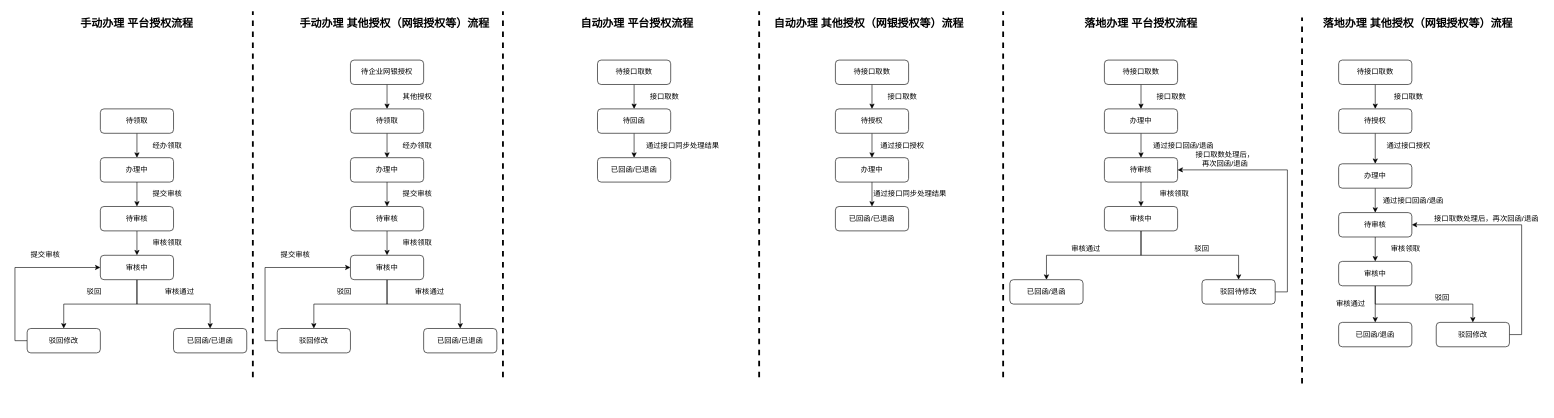
This is 未命名绘图.drawio from pingguo002/iconomi, a draw.io file, before an edit. Source tidied: cells renumbered, new cells numbered last; positions are measured from the earlier drawing's top-left corner, leaving out a move shared by most shapes. Both pictures are drawn from the tidied source at 61%, with x=0, y=0 at pixel (15, 11).
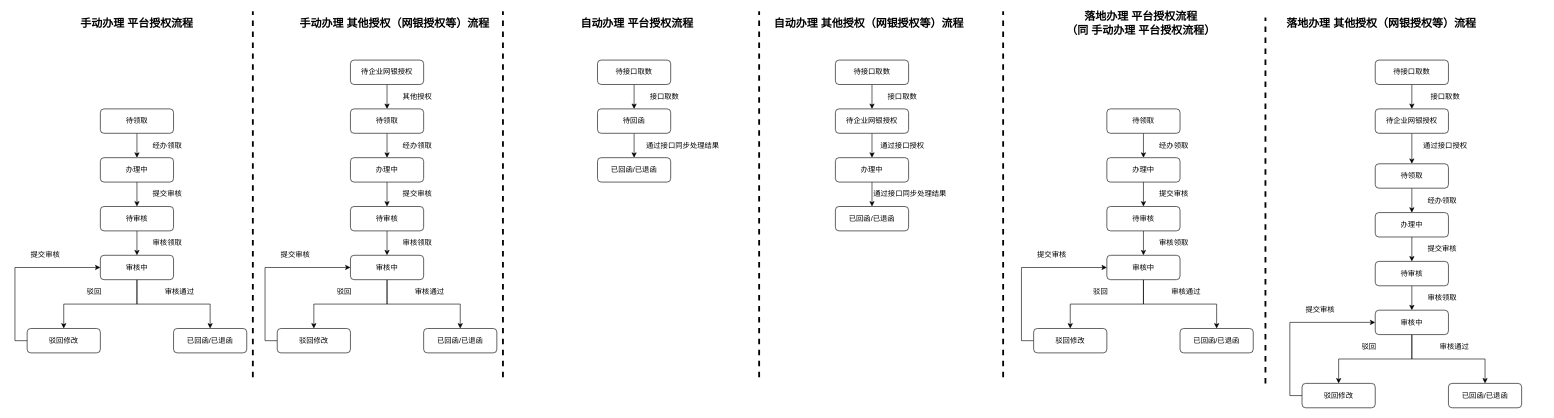
The same diagram, later.

Commit message (it also covers changes not shown here):
更新未命名绘图.drawio

The edit, as a diff of the source:
```diff
@@
-    <mxCell id="46" value="待授权" style="rounded=1;whiteSpace=wrap;html=1;" parent="1" vertex="1">
+    <mxCell id="46" value="待企业网银授权" style="rounded=1;whiteSpace=wrap;html=1;" parent="1" vertex="1">
       <mxGeometry x="1345" y="160" width="120" height="40" as="geometry" />
     </mxCell>
@@
     <mxCell id="54" value="落地办理 其他授权（网银授权等）流程" style="text;html=1;strokeColor=none;fillColor=none;align=center;verticalAlign=middle;whiteSpace=wrap;rounded=0;fontSize=18;fontStyle=1;" parent="1" vertex="1">
-      <mxGeometry x="2140" y="10" width="320" height="20" as="geometry" />
+      <mxGeometry x="2080" y="10" width="320" height="20" as="geometry" />
     </mxCell>
@@
     <mxCell id="56" value="待接口取数" style="rounded=1;whiteSpace=wrap;html=1;" parent="1" vertex="1">
-      <mxGeometry x="2170" y="80" width="120" height="40" as="geometry" />
+      <mxGeometry x="2230" y="80" width="120" height="40" as="geometry" />
     </mxCell>
@@
-    <mxCell id="60" style="edgeStyle=orthogonalEdgeStyle;rounded=0;jettySize=auto;html=1;exitX=0.5;exitY=1;exitDx=0;exitDy=0;entryX=0.5;entryY=0;entryDx=0;entryDy=0;strokeWidth=1;fontSize=12;" parent="1" edge="1" source="61" target="66">
+    <mxCell id="60" style="edgeStyle=orthogonalEdgeStyle;rounded=0;jettySize=auto;html=1;exitX=0.5;exitY=1;exitDx=0;exitDy=0;entryX=0.5;entryY=0;entryDx=0;entryDy=0;strokeWidth=1;fontSize=12;" parent="1" edge="1" source="61" target="127">
       <mxGeometry relative="1" as="geometry" />
     </mxCell>
-    <mxCell id="61" value="待授权" style="rounded=1;whiteSpace=wrap;html=1;fontSize=12;" parent="1" vertex="1">
-      <mxGeometry x="2170" y="160" width="120" height="40" as="geometry" />
+    <mxCell id="61" value="待企业网银授权" style="rounded=1;whiteSpace=wrap;html=1;fontSize=12;" parent="1" vertex="1">
+      <mxGeometry x="2230" y="160" width="120" height="40" as="geometry" />
     </mxCell>
     <mxCell id="62" value="接口取数" style="text;html=1;strokeColor=none;fillColor=none;align=center;verticalAlign=middle;whiteSpace=wrap;rounded=0;" parent="1" vertex="1">
-      <mxGeometry x="2235" y="130" width="100" height="20" as="geometry" />
+      <mxGeometry x="2295" y="130" width="100" height="20" as="geometry" />
     </mxCell>
-    <mxCell id="63" style="edgeStyle=orthogonalEdgeStyle;rounded=0;jettySize=auto;html=1;exitX=0.5;exitY=1;exitDx=0;exitDy=0;strokeWidth=1;fontSize=12;" parent="1" edge="1" source="64" target="71">
-      <mxGeometry relative="1" as="geometry" />
-    </mxCell>
-    <mxCell id="64" value="待审核" style="rounded=1;whiteSpace=wrap;html=1;fontSize=12;" parent="1" vertex="1">
-      <mxGeometry x="2170" y="330" width="120" height="40" as="geometry" />
-    </mxCell>
-    <mxCell id="65" style="edgeStyle=orthogonalEdgeStyle;rounded=0;jettySize=auto;html=1;exitX=0.5;exitY=1;exitDx=0;exitDy=0;strokeWidth=1;fontSize=12;" parent="1" edge="1" source="66" target="64">
-      <mxGeometry relative="1" as="geometry" />
-    </mxCell>
-    <mxCell id="66" value="办理中" style="rounded=1;whiteSpace=wrap;html=1;fontSize=12;" parent="1" vertex="1">
-      <mxGeometry x="2170" y="250" width="120" height="40" as="geometry" />
-    </mxCell>
     <mxCell id="67" value="通过接口授权" style="text;html=1;strokeColor=none;fillColor=none;align=center;verticalAlign=middle;whiteSpace=wrap;rounded=0;" parent="1" vertex="1">
-      <mxGeometry x="2235" y="210" width="100" height="20" as="geometry" />
+      <mxGeometry x="2295" y="210" width="100" height="20" as="geometry" />
     </mxCell>
-    <mxCell id="68" value="通过接口回函/退函" style="text;html=1;strokeColor=none;fillColor=none;align=center;verticalAlign=middle;whiteSpace=wrap;rounded=0;" parent="1" vertex="1">
-      <mxGeometry x="2230" y="300" width="125" height="20" as="geometry" />
-    </mxCell>
-    <mxCell id="69" style="edgeStyle=orthogonalEdgeStyle;rounded=0;jettySize=auto;html=1;exitX=0.5;exitY=1;exitDx=0;exitDy=0;strokeWidth=1;fontSize=12;" parent="1" edge="1" source="71" target="73">
-      <mxGeometry relative="1" as="geometry" />
-    </mxCell>
-    <mxCell id="70" style="edgeStyle=orthogonalEdgeStyle;rounded=0;jettySize=auto;html=1;exitX=0.5;exitY=1;exitDx=0;exitDy=0;strokeWidth=1;fontSize=12;" parent="1" edge="1" source="71" target="77">
-      <mxGeometry relative="1" as="geometry" />
-    </mxCell>
-    <mxCell id="71" value="审核中" style="rounded=1;whiteSpace=wrap;html=1;fontSize=12;" parent="1" vertex="1">
-      <mxGeometry x="2170" y="410" width="120" height="40" as="geometry" />
-    </mxCell>
-    <mxCell id="72" value="审核领取" style="text;html=1;strokeColor=none;fillColor=none;align=center;verticalAlign=middle;whiteSpace=wrap;rounded=0;" parent="1" vertex="1">
-      <mxGeometry x="2230" y="380" width="100" height="20" as="geometry" />
-    </mxCell>
-    <mxCell id="73" value="已回函/退函" style="rounded=1;whiteSpace=wrap;html=1;fontSize=12;" parent="1" vertex="1">
-      <mxGeometry x="2170" y="510" width="120" height="40" as="geometry" />
-    </mxCell>
-    <mxCell id="74" value="审核通过" style="text;html=1;strokeColor=none;fillColor=none;align=center;verticalAlign=middle;whiteSpace=wrap;rounded=0;" parent="1" vertex="1">
-      <mxGeometry x="2140" y="470" width="100" height="20" as="geometry" />
-    </mxCell>
-    <mxCell id="75" value="驳回" style="text;html=1;strokeColor=none;fillColor=none;align=center;verticalAlign=middle;whiteSpace=wrap;rounded=0;" parent="1" vertex="1">
-      <mxGeometry x="2290" y="460" width="100" height="20" as="geometry" />
-    </mxCell>
-    <mxCell id="76" style="edgeStyle=orthogonalEdgeStyle;rounded=0;jettySize=auto;html=1;exitX=1;exitY=0.5;exitDx=0;exitDy=0;entryX=1;entryY=0.5;entryDx=0;entryDy=0;strokeWidth=1;fontSize=12;" parent="1" edge="1" source="77" target="64">
-      <mxGeometry relative="1" as="geometry">
-        <Array as="points">
-          <mxPoint x="2470" y="530" />
-          <mxPoint x="2470" y="350" />
-        </Array>
-      </mxGeometry>
-    </mxCell>
-    <mxCell id="77" value="驳回修改" style="rounded=1;whiteSpace=wrap;html=1;fontSize=12;" parent="1" vertex="1">
-      <mxGeometry x="2330" y="510" width="120" height="40" as="geometry" />
-    </mxCell>
-    <mxCell id="78" value="接口取数处理后，再次回函/退函" style="text;html=1;strokeColor=none;fillColor=none;align=center;verticalAlign=middle;whiteSpace=wrap;rounded=0;" parent="1" vertex="1">
-      <mxGeometry x="2320" y="330" width="185" height="20" as="geometry" />
-    </mxCell>
@@
-    <mxCell id="86" value="落地办理 平台授权流程" style="text;html=1;strokeColor=none;fillColor=none;align=center;verticalAlign=middle;whiteSpace=wrap;rounded=0;fontSize=18;fontStyle=1;" parent="1" vertex="1">
+    <mxCell id="86" value="落地办理 平台授权流程&lt;br&gt;（同 手动办理 平台授权流程）" style="text;html=1;strokeColor=none;fillColor=none;align=center;verticalAlign=middle;whiteSpace=wrap;rounded=0;fontSize=18;fontStyle=1;" parent="1" vertex="1">
       <mxGeometry x="1701" y="10" width="290" height="20" as="geometry" />
     </mxCell>
-    <mxCell id="87" style="edgeStyle=orthogonalEdgeStyle;rounded=0;jettySize=auto;html=1;exitX=0.5;exitY=1;exitDx=0;exitDy=0;strokeWidth=1;fontSize=12;" parent="1" edge="1" source="88" target="94">
-      <mxGeometry relative="1" as="geometry" />
-    </mxCell>
-    <mxCell id="88" value="办理中" style="rounded=1;whiteSpace=wrap;html=1;" parent="1" vertex="1">
-      <mxGeometry x="1786" y="160" width="120" height="40" as="geometry" />
-    </mxCell>
-    <mxCell id="89" value="通过接口回函/退函" style="text;html=1;strokeColor=none;fillColor=none;align=center;verticalAlign=middle;whiteSpace=wrap;rounded=0;" parent="1" vertex="1">
-      <mxGeometry x="1861" y="210" width="110" height="20" as="geometry" />
-    </mxCell>
-    <mxCell id="90" style="edgeStyle=orthogonalEdgeStyle;rounded=0;jettySize=auto;html=1;exitX=0.5;exitY=1;exitDx=0;exitDy=0;entryX=0.5;entryY=0;entryDx=0;entryDy=0;strokeWidth=1;fontSize=12;" parent="1" edge="1" source="91" target="88">
-      <mxGeometry relative="1" as="geometry" />
-    </mxCell>
-    <mxCell id="91" value="待接口取数" style="rounded=1;whiteSpace=wrap;html=1;" parent="1" vertex="1">
-      <mxGeometry x="1786" y="80" width="120" height="40" as="geometry" />
-    </mxCell>
-    <mxCell id="92" value="接口取数" style="text;html=1;strokeColor=none;fillColor=none;align=center;verticalAlign=middle;whiteSpace=wrap;rounded=0;" parent="1" vertex="1">
-      <mxGeometry x="1846" y="130" width="100" height="20" as="geometry" />
-    </mxCell>
-    <mxCell id="93" style="edgeStyle=orthogonalEdgeStyle;rounded=0;jettySize=auto;html=1;exitX=0.5;exitY=1;exitDx=0;exitDy=0;strokeWidth=1;fontSize=12;" parent="1" edge="1" source="94" target="97">
-      <mxGeometry relative="1" as="geometry" />
-    </mxCell>
-    <mxCell id="94" value="待审核" style="rounded=1;whiteSpace=wrap;html=1;fontSize=12;" parent="1" vertex="1">
-      <mxGeometry x="1786" y="240" width="120" height="40" as="geometry" />
-    </mxCell>
-    <mxCell id="95" style="edgeStyle=orthogonalEdgeStyle;rounded=0;jettySize=auto;html=1;exitX=0.5;exitY=1;exitDx=0;exitDy=0;strokeWidth=1;fontSize=12;" parent="1" edge="1" source="97" target="99">
-      <mxGeometry relative="1" as="geometry" />
-    </mxCell>
-    <mxCell id="96" style="edgeStyle=orthogonalEdgeStyle;rounded=0;jettySize=auto;html=1;exitX=0.5;exitY=1;exitDx=0;exitDy=0;strokeWidth=1;fontSize=12;" parent="1" edge="1" source="97" target="102">
-      <mxGeometry relative="1" as="geometry" />
-    </mxCell>
-    <mxCell id="97" value="审核中" style="rounded=1;whiteSpace=wrap;html=1;fontSize=12;" parent="1" vertex="1">
-      <mxGeometry x="1786" y="320" width="120" height="40" as="geometry" />
-    </mxCell>
-    <mxCell id="98" style="edgeStyle=orthogonalEdgeStyle;rounded=0;jettySize=auto;html=1;exitX=1;exitY=0.5;exitDx=0;exitDy=0;entryX=1;entryY=0.5;entryDx=0;entryDy=0;strokeWidth=1;fontSize=12;" parent="1" edge="1" source="99" target="94">
-      <mxGeometry relative="1" as="geometry" />
-    </mxCell>
-    <mxCell id="99" value="驳回待修改" style="rounded=1;whiteSpace=wrap;html=1;fontSize=12;" parent="1" vertex="1">
-      <mxGeometry x="1946" y="440" width="120" height="40" as="geometry" />
-    </mxCell>
-    <mxCell id="100" value="审核领取" style="text;html=1;strokeColor=none;fillColor=none;align=center;verticalAlign=middle;whiteSpace=wrap;rounded=0;" parent="1" vertex="1">
-      <mxGeometry x="1851" y="290" width="100" height="20" as="geometry" />
-    </mxCell>
-    <mxCell id="101" value="驳回" style="text;html=1;strokeColor=none;fillColor=none;align=center;verticalAlign=middle;whiteSpace=wrap;rounded=0;" parent="1" vertex="1">
-      <mxGeometry x="1896" y="380" width="100" height="20" as="geometry" />
-    </mxCell>
-    <mxCell id="102" value="已回函/退函" style="rounded=1;whiteSpace=wrap;html=1;fontSize=12;" parent="1" vertex="1">
-      <mxGeometry x="1631" y="440" width="120" height="40" as="geometry" />
-    </mxCell>
-    <mxCell id="103" value="审核通过" style="text;html=1;strokeColor=none;fillColor=none;align=center;verticalAlign=middle;whiteSpace=wrap;rounded=0;" parent="1" vertex="1">
-      <mxGeometry x="1706" y="380" width="100" height="20" as="geometry" />
-    </mxCell>
-    <mxCell id="104" value="接口取数处理后，&lt;br&gt;再次回函/退函" style="text;html=1;strokeColor=none;fillColor=none;align=center;verticalAlign=middle;whiteSpace=wrap;rounded=0;" parent="1" vertex="1">
-      <mxGeometry x="1934" y="232" width="100" height="20" as="geometry" />
-    </mxCell>
@@
     <mxCell id="106" style="endArrow=none;dashed=1;html=1;fontSize=18;fontStyle=1;strokeWidth=3;" parent="1" edge="1">
       <mxGeometry relative="1" as="geometry">
-        <mxPoint x="2110" y="610" as="sourcePoint" />
-        <mxPoint x="2110" y="10" as="targetPoint" />
+        <mxPoint x="2050" y="610" as="sourcePoint" />
+        <mxPoint x="2050" y="10" as="targetPoint" />
       </mxGeometry>
     </mxCell>
@@
+    <mxCell id="108" style="edgeStyle=orthogonalEdgeStyle;rounded=0;jettySize=auto;html=1;exitX=0.5;exitY=1;exitDx=0;exitDy=0;" parent="1" edge="1" source="109" target="111">
+      <mxGeometry relative="1" as="geometry" />
+    </mxCell>
+    <mxCell id="109" value="待领取" style="rounded=1;whiteSpace=wrap;html=1;" parent="1" vertex="1">
+      <mxGeometry x="1790" y="160" width="120" height="40" as="geometry" />
+    </mxCell>
+    <mxCell id="110" style="edgeStyle=orthogonalEdgeStyle;rounded=0;jettySize=auto;html=1;exitX=0.5;exitY=1;exitDx=0;exitDy=0;" parent="1" edge="1" source="111" target="114">
+      <mxGeometry relative="1" as="geometry" />
+    </mxCell>
+    <mxCell id="111" value="办理中" style="rounded=1;whiteSpace=wrap;html=1;" parent="1" vertex="1">
+      <mxGeometry x="1790" y="240" width="120" height="40" as="geometry" />
+    </mxCell>
+    <mxCell id="112" value="经办领取" style="text;html=1;strokeColor=none;fillColor=none;align=center;verticalAlign=middle;whiteSpace=wrap;rounded=0;" parent="1" vertex="1">
+      <mxGeometry x="1850" y="210" width="100" height="20" as="geometry" />
+    </mxCell>
+    <mxCell id="113" style="edgeStyle=orthogonalEdgeStyle;rounded=0;jettySize=auto;html=1;exitX=0.5;exitY=1;exitDx=0;exitDy=0;" parent="1" edge="1" source="114" target="118">
+      <mxGeometry relative="1" as="geometry" />
+    </mxCell>
+    <mxCell id="114" value="待审核" style="rounded=1;whiteSpace=wrap;html=1;" parent="1" vertex="1">
+      <mxGeometry x="1790" y="320" width="120" height="40" as="geometry" />
+    </mxCell>
+    <mxCell id="115" value="提交审核" style="text;html=1;strokeColor=none;fillColor=none;align=center;verticalAlign=middle;whiteSpace=wrap;rounded=0;" parent="1" vertex="1">
+      <mxGeometry x="1850" y="290" width="100" height="20" as="geometry" />
+    </mxCell>
+    <mxCell id="116" style="edgeStyle=orthogonalEdgeStyle;rounded=0;jettySize=auto;html=1;exitX=0.5;exitY=1;exitDx=0;exitDy=0;" parent="1" edge="1" source="118" target="120">
+      <mxGeometry relative="1" as="geometry" />
+    </mxCell>
+    <mxCell id="117" style="edgeStyle=orthogonalEdgeStyle;rounded=0;jettySize=auto;html=1;exitX=0.5;exitY=1;exitDx=0;exitDy=0;entryX=0.5;entryY=0;entryDx=0;entryDy=0;" parent="1" edge="1" source="118" target="124">
+      <mxGeometry relative="1" as="geometry" />
+    </mxCell>
+    <mxCell id="118" value="审核中" style="rounded=1;whiteSpace=wrap;html=1;" parent="1" vertex="1">
+      <mxGeometry x="1790" y="400" width="120" height="40" as="geometry" />
+    </mxCell>
+    <mxCell id="119" value="审核领取" style="text;html=1;strokeColor=none;fillColor=none;align=center;verticalAlign=middle;whiteSpace=wrap;rounded=0;" parent="1" vertex="1">
+      <mxGeometry x="1850" y="370" width="100" height="20" as="geometry" />
+    </mxCell>
+    <mxCell id="120" value="已回函/已退函" style="rounded=1;whiteSpace=wrap;html=1;" parent="1" vertex="1">
+      <mxGeometry x="1910" y="520" width="120" height="40" as="geometry" />
+    </mxCell>
+    <mxCell id="121" value="审核通过" style="text;html=1;strokeColor=none;fillColor=none;align=center;verticalAlign=middle;whiteSpace=wrap;rounded=0;" parent="1" vertex="1">
+      <mxGeometry x="1870" y="450" width="100" height="20" as="geometry" />
+    </mxCell>
+    <mxCell id="122" value="驳回" style="text;html=1;strokeColor=none;fillColor=none;align=center;verticalAlign=middle;whiteSpace=wrap;rounded=0;" parent="1" vertex="1">
+      <mxGeometry x="1750" y="450" width="60" height="20" as="geometry" />
+    </mxCell>
+    <mxCell id="123" style="edgeStyle=orthogonalEdgeStyle;rounded=0;jettySize=auto;html=1;exitX=0;exitY=0.5;exitDx=0;exitDy=0;entryX=0;entryY=0.5;entryDx=0;entryDy=0;" parent="1" edge="1" source="124" target="118">
+      <mxGeometry relative="1" as="geometry">
+        <Array as="points">
+          <mxPoint x="1650" y="540" />
+          <mxPoint x="1650" y="420" />
+        </Array>
+      </mxGeometry>
+    </mxCell>
+    <mxCell id="124" value="驳回修改" style="rounded=1;whiteSpace=wrap;html=1;" parent="1" vertex="1">
+      <mxGeometry x="1670" y="520" width="120" height="40" as="geometry" />
+    </mxCell>
+    <mxCell id="125" value="提交审核" style="text;html=1;strokeColor=none;fillColor=none;align=center;verticalAlign=middle;whiteSpace=wrap;rounded=0;" parent="1" vertex="1">
+      <mxGeometry x="1670" y="390" width="60" height="20" as="geometry" />
+    </mxCell>
+    <mxCell id="126" style="edgeStyle=orthogonalEdgeStyle;rounded=0;jettySize=auto;html=1;exitX=0.5;exitY=1;exitDx=0;exitDy=0;" parent="1" edge="1" source="127" target="129">
+      <mxGeometry relative="1" as="geometry" />
+    </mxCell>
+    <mxCell id="127" value="待领取" style="rounded=1;whiteSpace=wrap;html=1;" parent="1" vertex="1">
+      <mxGeometry x="2230" y="250" width="120" height="40" as="geometry" />
+    </mxCell>
+    <mxCell id="128" style="edgeStyle=orthogonalEdgeStyle;rounded=0;jettySize=auto;html=1;exitX=0.5;exitY=1;exitDx=0;exitDy=0;" parent="1" edge="1" source="129" target="132">
+      <mxGeometry relative="1" as="geometry" />
+    </mxCell>
+    <mxCell id="129" value="办理中" style="rounded=1;whiteSpace=wrap;html=1;" parent="1" vertex="1">
+      <mxGeometry x="2230" y="330" width="120" height="40" as="geometry" />
+    </mxCell>
+    <mxCell id="130" value="经办领取" style="text;html=1;strokeColor=none;fillColor=none;align=center;verticalAlign=middle;whiteSpace=wrap;rounded=0;" parent="1" vertex="1">
+      <mxGeometry x="2290" y="300" width="100" height="20" as="geometry" />
+    </mxCell>
+    <mxCell id="131" style="edgeStyle=orthogonalEdgeStyle;rounded=0;jettySize=auto;html=1;exitX=0.5;exitY=1;exitDx=0;exitDy=0;" parent="1" edge="1" source="132" target="136">
+      <mxGeometry relative="1" as="geometry" />
+    </mxCell>
+    <mxCell id="132" value="待审核" style="rounded=1;whiteSpace=wrap;html=1;" parent="1" vertex="1">
+      <mxGeometry x="2230" y="410" width="120" height="40" as="geometry" />
+    </mxCell>
+    <mxCell id="133" value="提交审核" style="text;html=1;strokeColor=none;fillColor=none;align=center;verticalAlign=middle;whiteSpace=wrap;rounded=0;" parent="1" vertex="1">
+      <mxGeometry x="2290" y="380" width="100" height="20" as="geometry" />
+    </mxCell>
+    <mxCell id="134" style="edgeStyle=orthogonalEdgeStyle;rounded=0;jettySize=auto;html=1;exitX=0.5;exitY=1;exitDx=0;exitDy=0;" parent="1" edge="1" source="136" target="138">
+      <mxGeometry relative="1" as="geometry" />
+    </mxCell>
+    <mxCell id="135" style="edgeStyle=orthogonalEdgeStyle;rounded=0;jettySize=auto;html=1;exitX=0.5;exitY=1;exitDx=0;exitDy=0;entryX=0.5;entryY=0;entryDx=0;entryDy=0;" parent="1" edge="1" source="136" target="142">
+      <mxGeometry relative="1" as="geometry" />
+    </mxCell>
+    <mxCell id="136" value="审核中" style="rounded=1;whiteSpace=wrap;html=1;" parent="1" vertex="1">
+      <mxGeometry x="2230" y="490" width="120" height="40" as="geometry" />
+    </mxCell>
+    <mxCell id="137" value="审核领取" style="text;html=1;strokeColor=none;fillColor=none;align=center;verticalAlign=middle;whiteSpace=wrap;rounded=0;" parent="1" vertex="1">
+      <mxGeometry x="2290" y="460" width="100" height="20" as="geometry" />
+    </mxCell>
+    <mxCell id="138" value="已回函/已退函" style="rounded=1;whiteSpace=wrap;html=1;" parent="1" vertex="1">
+      <mxGeometry x="2350" y="610" width="120" height="40" as="geometry" />
+    </mxCell>
+    <mxCell id="139" value="审核通过" style="text;html=1;strokeColor=none;fillColor=none;align=center;verticalAlign=middle;whiteSpace=wrap;rounded=0;" parent="1" vertex="1">
+      <mxGeometry x="2310" y="540" width="100" height="20" as="geometry" />
+    </mxCell>
+    <mxCell id="140" value="驳回" style="text;html=1;strokeColor=none;fillColor=none;align=center;verticalAlign=middle;whiteSpace=wrap;rounded=0;" parent="1" vertex="1">
+      <mxGeometry x="2190" y="540" width="60" height="20" as="geometry" />
+    </mxCell>
+    <mxCell id="141" style="edgeStyle=orthogonalEdgeStyle;rounded=0;jettySize=auto;html=1;exitX=0;exitY=0.5;exitDx=0;exitDy=0;entryX=0;entryY=0.5;entryDx=0;entryDy=0;" parent="1" edge="1" source="142" target="136">
+      <mxGeometry relative="1" as="geometry">
+        <Array as="points">
+          <mxPoint x="2090" y="630" />
+          <mxPoint x="2090" y="510" />
+        </Array>
+      </mxGeometry>
+    </mxCell>
+    <mxCell id="142" value="驳回修改" style="rounded=1;whiteSpace=wrap;html=1;" parent="1" vertex="1">
+      <mxGeometry x="2110" y="610" width="120" height="40" as="geometry" />
+    </mxCell>
+    <mxCell id="143" value="提交审核" style="text;html=1;strokeColor=none;fillColor=none;align=center;verticalAlign=middle;whiteSpace=wrap;rounded=0;" parent="1" vertex="1">
+      <mxGeometry x="2110" y="480" width="60" height="20" as="geometry" />
+    </mxCell>
```
